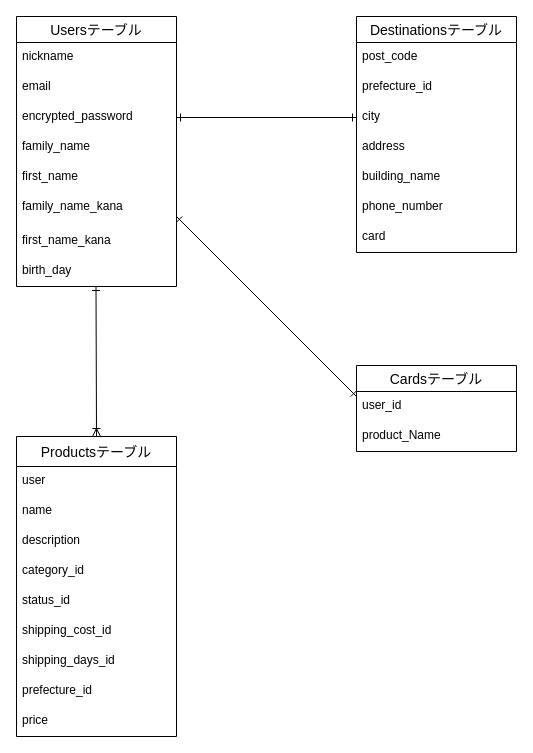
Echi0905/furima-38436 keeps this draw.io diagram as test.dio. Above is the earlier version. Source tidied: cells renumbered, new cells numbered last; positions are measured from the earlier drawing's top-left corner, leaving out a move shared by most shapes. Both pictures are drawn from the tidied source at 100%, with x=0, y=0 at pixel (16, 16).
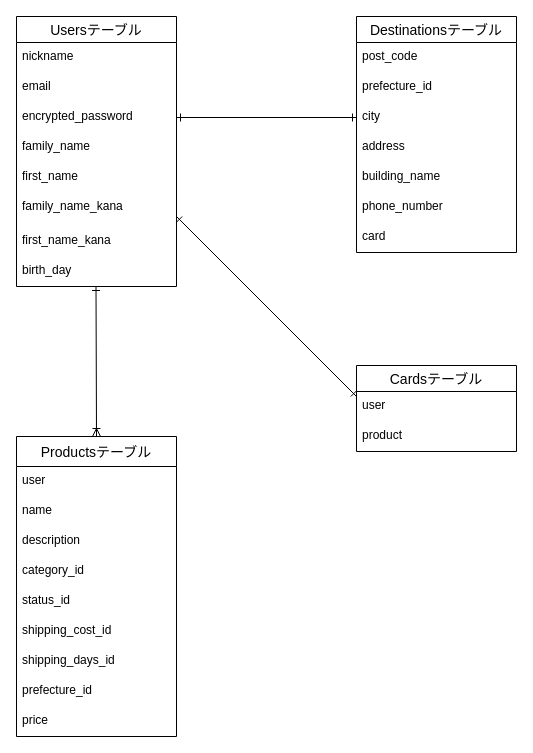
Above is the later version.

Commit message (it also covers changes not shown here):
ER図・README修正③

The change refers to these unchanged cells:
```xml
<mxCell id="21" value="Cardsテーブル" style="swimlane;fontStyle=0;horizontal=1;startSize=26;align=center;fontSize=14;" parent="1" vertex="1">
  <mxGeometry x="340" y="349" width="160" height="86" as="geometry" />
</mxCell>
```

Diff of the diagram source:
```diff
@@
-    <mxCell id="22" value="user_id" style="text;strokeColor=none;fillColor=none;spacingLeft=4;spacingRight=4;overflow=hidden;fontSize=12;" parent="21" vertex="1">
+    <mxCell id="22" value="user" style="text;strokeColor=none;fillColor=none;spacingLeft=4;spacingRight=4;overflow=hidden;fontSize=12;" parent="21" vertex="1">
       <mxGeometry y="26" width="160" height="30" as="geometry" />
     </mxCell>
-    <mxCell id="23" value="product_Name" style="text;strokeColor=none;fillColor=none;spacingLeft=4;spacingRight=4;overflow=hidden;fontSize=12;" parent="21" vertex="1">
+    <mxCell id="23" value="product" style="text;strokeColor=none;fillColor=none;spacingLeft=4;spacingRight=4;overflow=hidden;fontSize=12;" parent="21" vertex="1">
       <mxGeometry y="56" width="160" height="30" as="geometry" />
     </mxCell>
```
